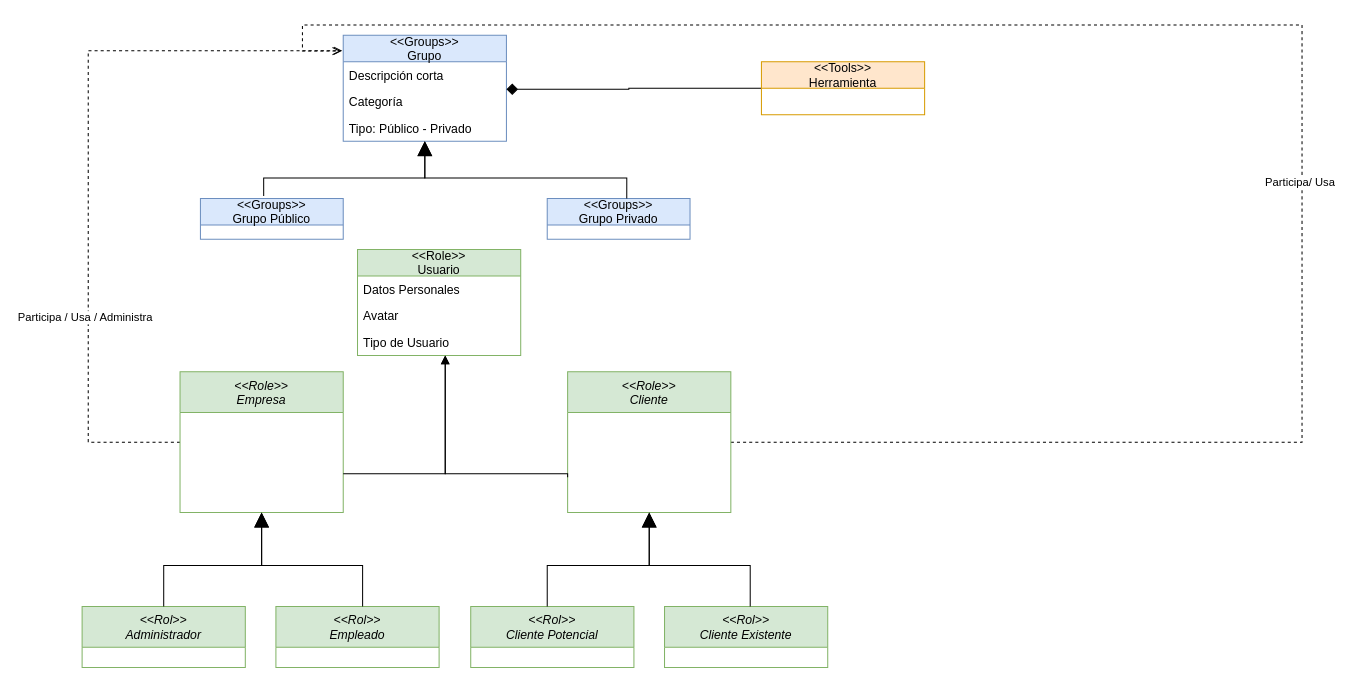
Before: Entrega 8 (23 Diciembre)/Documentación Análisis/UML Análisis RSE v1.drawio in EsDeSepa/GSI-2122-G04, a draw.io diagram. Source tidied: cells renumbered, new cells numbered last; positions are measured from the earlier drawing's top-left corner, leaving out a move shared by most shapes. Both pictures are drawn from the tidied source at 102%, with x=0, y=0 at pixel (82, 24).
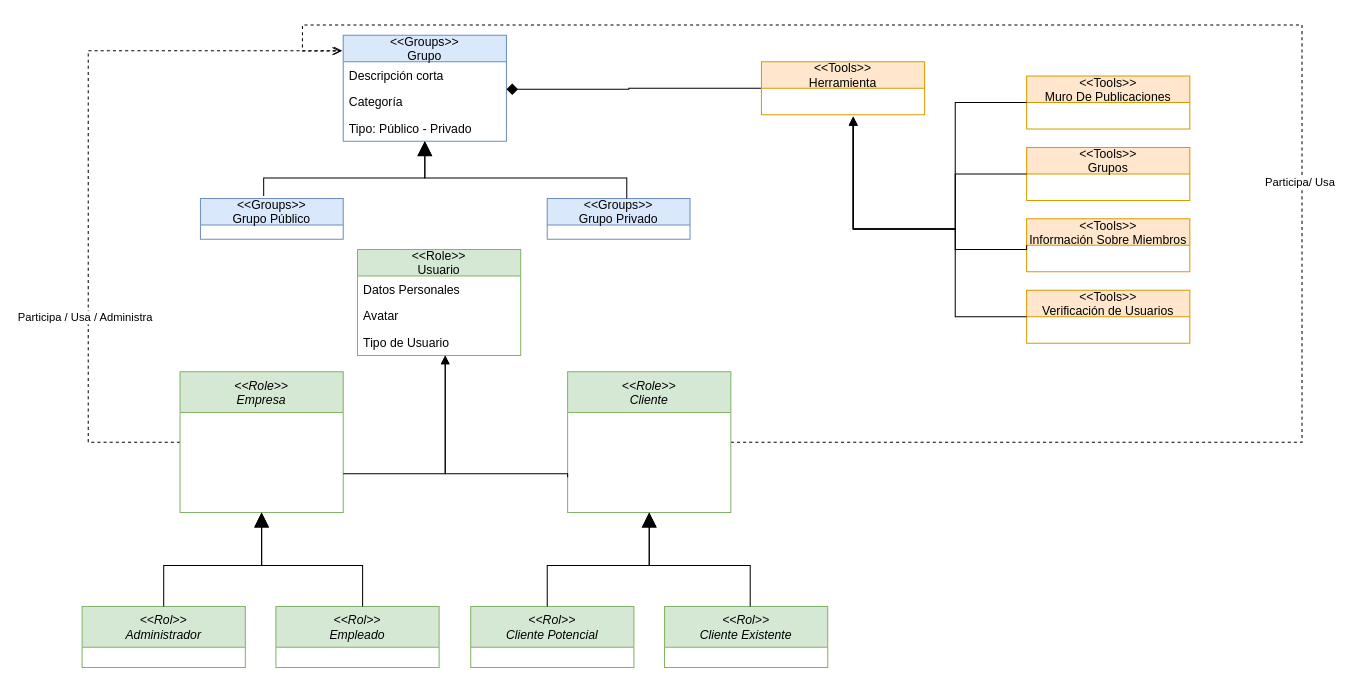
After the change.

Commit message (it also covers changes not shown here):
Documento de Diseño RSE-1 + UML con herramientas

The edit, as a diff of the source:
```diff
@@
+    <mxCell id="33" value="&lt;&lt;Tools&gt;&gt;&#10;Muro De Publicaciones" style="swimlane;fontStyle=0;horizontal=1;startSize=26;fillColor=#ffe6cc;strokeColor=#d79b00;" parent="1" vertex="1">
+      <mxGeometry x="926" y="50" width="160" height="52" as="geometry" />
+    </mxCell>
+    <mxCell id="34" value="&lt;&lt;Tools&gt;&gt;&#10;Grupos" style="swimlane;fontStyle=0;horizontal=1;startSize=26;fillColor=#ffe6cc;strokeColor=#d79b00;" parent="1" vertex="1">
+      <mxGeometry x="926" y="120" width="160" height="52" as="geometry" />
+    </mxCell>
+    <mxCell id="35" value="&lt;&lt;Tools&gt;&gt;&#10;Información Sobre Miembros" style="swimlane;fontStyle=0;horizontal=1;startSize=26;fillColor=#ffe6cc;strokeColor=#d79b00;" parent="1" vertex="1">
+      <mxGeometry x="926" y="190" width="160" height="52" as="geometry" />
+    </mxCell>
+    <mxCell id="36" value="&lt;&lt;Tools&gt;&gt;&#10;Verificación de Usuarios" style="swimlane;fontStyle=0;horizontal=1;startSize=26;fillColor=#ffe6cc;strokeColor=#d79b00;" parent="1" vertex="1">
+      <mxGeometry x="926" y="260" width="160" height="52" as="geometry" />
+    </mxCell>
+    <mxCell id="37" style="edgeStyle=orthogonalEdgeStyle;rounded=0;jettySize=auto;html=1;endArrow=block;endFill=1;startSize=6;endSize=6;strokeWidth=1;exitX=0;exitY=0.5;exitDx=0;exitDy=0;" parent="1" edge="1" source="33">
+      <mxGeometry relative="1" as="geometry">
+        <mxPoint x="756" y="90" as="targetPoint" />
+        <Array as="points">
+          <mxPoint x="856" y="76" />
+          <mxPoint x="856" y="200" />
+          <mxPoint x="756" y="200" />
+        </Array>
+      </mxGeometry>
+    </mxCell>
+    <mxCell id="38" style="edgeStyle=orthogonalEdgeStyle;rounded=0;jettySize=auto;html=1;endArrow=block;endFill=1;startSize=6;endSize=6;strokeWidth=1;exitX=0;exitY=0.5;exitDx=0;exitDy=0;" parent="1" edge="1" source="34">
+      <mxGeometry relative="1" as="geometry">
+        <mxPoint x="756" y="90" as="targetPoint" />
+        <Array as="points">
+          <mxPoint x="856" y="146" />
+          <mxPoint x="856" y="200" />
+          <mxPoint x="756" y="200" />
+          <mxPoint x="756" y="170" />
+        </Array>
+      </mxGeometry>
+    </mxCell>
+    <mxCell id="39" style="edgeStyle=orthogonalEdgeStyle;rounded=0;jettySize=auto;html=1;endArrow=block;endFill=1;startSize=6;endSize=6;strokeWidth=1;exitX=0;exitY=0.5;exitDx=0;exitDy=0;" parent="1" edge="1" source="35">
+      <mxGeometry relative="1" as="geometry">
+        <mxPoint x="756" y="90" as="targetPoint" />
+        <Array as="points">
+          <mxPoint x="926" y="220" />
+          <mxPoint x="856" y="220" />
+          <mxPoint x="856" y="200" />
+          <mxPoint x="756" y="200" />
+        </Array>
+      </mxGeometry>
+    </mxCell>
+    <mxCell id="40" style="edgeStyle=orthogonalEdgeStyle;rounded=0;jettySize=auto;html=1;endArrow=block;endFill=1;startSize=6;endSize=6;strokeWidth=1;exitX=0;exitY=0.5;exitDx=0;exitDy=0;" parent="1" edge="1" source="36">
+      <mxGeometry relative="1" as="geometry">
+        <mxPoint x="756" y="90" as="targetPoint" />
+        <Array as="points">
+          <mxPoint x="856" y="286" />
+          <mxPoint x="856" y="200" />
+          <mxPoint x="756" y="200" />
+        </Array>
+      </mxGeometry>
+    </mxCell>
```
